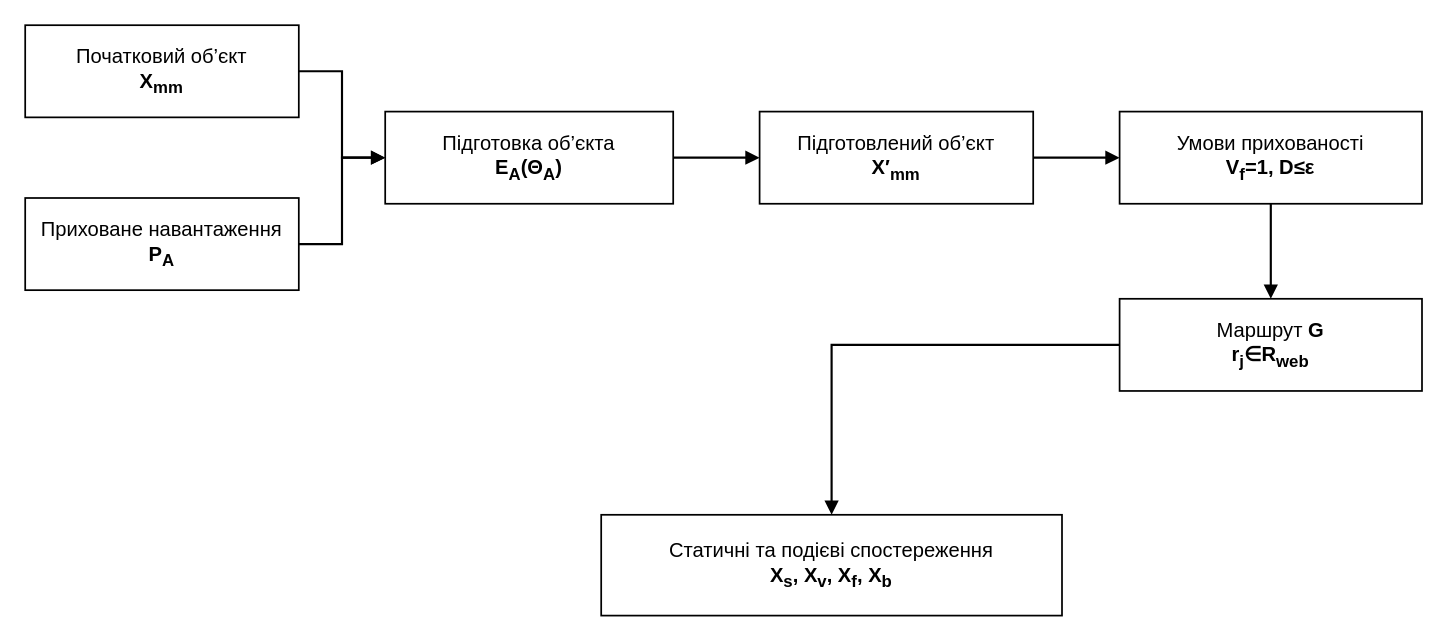
Before: title/figures_drawio/fig_2_1_attack_model.drawio in oleksandrmelnychenko/dima-phd, a draw.io diagram. Source tidied: cells renumbered, new cells numbered last; positions are measured from the earlier drawing's top-left corner, leaving out a move shared by most shapes. Both pictures are drawn from the tidied source at 144%, with x=0, y=0 at pixel (24, 24).
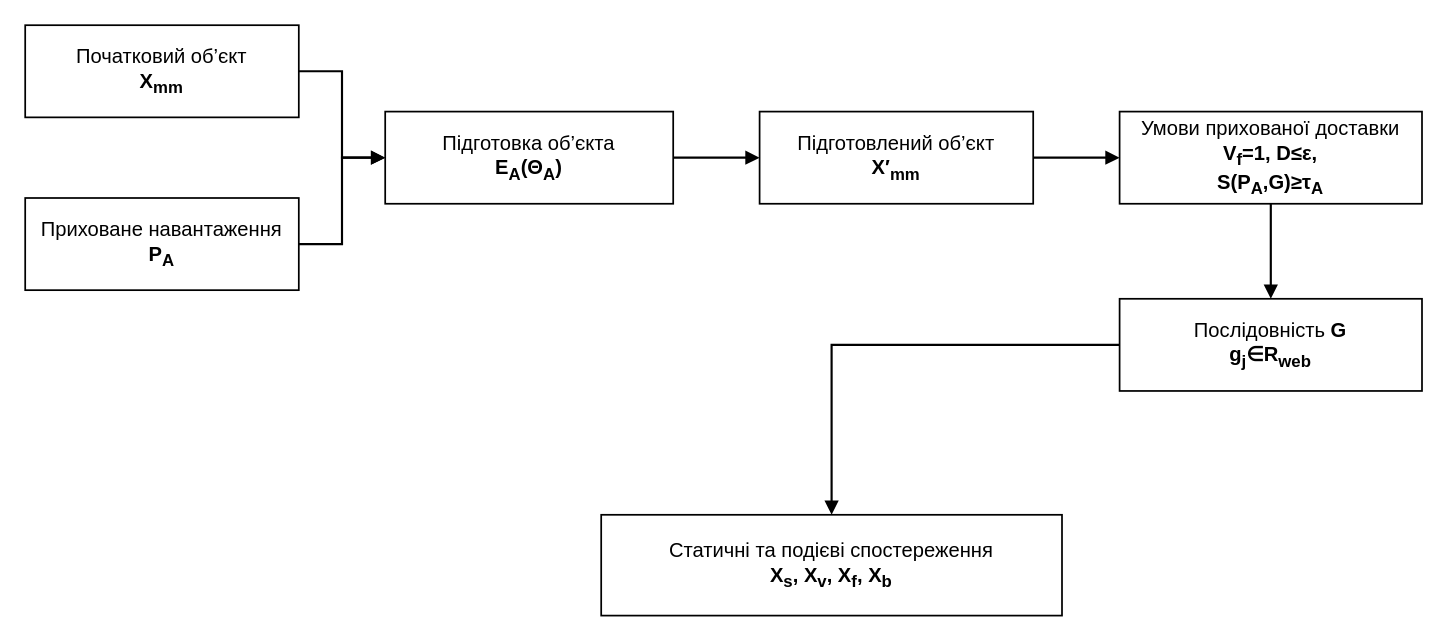
The same diagram, later.

Diff of the diagram source:
```diff
@@
 <mxGraphModel>
   <root>
     <mxCell id="0" />
     <mxCell id="1" parent="0" />
     <mxCell id="2" value="Початковий об’єкт&lt;br&gt;&lt;b&gt;X&lt;sub&gt;mm&lt;/sub&gt;&lt;/b&gt;" style="rounded=0;whiteSpace=wrap;html=1;fillColor=#ffffff;strokeColor=#000000;strokeWidth=1.2;fontColor=#000000;fontSize=14;align=center;verticalAlign=middle;spacing=8;" parent="1" vertex="1">
       <mxGeometry width="190" height="64" as="geometry" />
     </mxCell>
     <mxCell id="3" value="Приховане навантаження&lt;br&gt;&lt;b&gt;P&lt;sub&gt;A&lt;/sub&gt;&lt;/b&gt;" style="rounded=0;whiteSpace=wrap;html=1;fillColor=#ffffff;strokeColor=#000000;strokeWidth=1.2;fontColor=#000000;fontSize=14;align=center;verticalAlign=middle;spacing=8;" parent="1" vertex="1">
       <mxGeometry y="120" width="190" height="64" as="geometry" />
     </mxCell>
     <mxCell id="4" value="Підготовка об’єкта&lt;br&gt;&lt;b&gt;E&lt;sub&gt;A&lt;/sub&gt;(Θ&lt;sub&gt;A&lt;/sub&gt;)&lt;/b&gt;" style="rounded=0;whiteSpace=wrap;html=1;fillColor=#ffffff;strokeColor=#000000;strokeWidth=1.2;fontColor=#000000;fontSize=14;align=center;verticalAlign=middle;spacing=8;" parent="1" vertex="1">
       <mxGeometry x="250" y="60" width="200" height="64" as="geometry" />
     </mxCell>
     <mxCell id="5" value="Підготовлений об’єкт&lt;br&gt;&lt;b&gt;X′&lt;sub&gt;mm&lt;/sub&gt;&lt;/b&gt;" style="rounded=0;whiteSpace=wrap;html=1;fillColor=#ffffff;strokeColor=#000000;strokeWidth=1.2;fontColor=#000000;fontSize=14;align=center;verticalAlign=middle;spacing=8;" parent="1" vertex="1">
       <mxGeometry x="510" y="60" width="190" height="64" as="geometry" />
     </mxCell>
-    <mxCell id="6" value="Умови прихованості&lt;br&gt;&lt;b&gt;V&lt;sub&gt;f&lt;/sub&gt;=1, D≤ε&lt;/b&gt;" style="rounded=0;whiteSpace=wrap;html=1;fillColor=#ffffff;strokeColor=#000000;strokeWidth=1.2;fontColor=#000000;fontSize=14;align=center;verticalAlign=middle;spacing=8;" parent="1" vertex="1">
+    <mxCell id="6" value="Умови прихованої доставки&lt;br&gt;&lt;b&gt;V&lt;sub&gt;f&lt;/sub&gt;=1, D≤ε,&lt;br&gt;S(P&lt;sub&gt;A&lt;/sub&gt;,G)≥τ&lt;sub&gt;A&lt;/sub&gt;&lt;/b&gt;" style="rounded=0;whiteSpace=wrap;html=1;fillColor=#ffffff;strokeColor=#000000;strokeWidth=1.2;fontColor=#000000;fontSize=14;align=center;verticalAlign=middle;spacing=8;" parent="1" vertex="1">
       <mxGeometry x="760" y="60" width="210" height="64" as="geometry" />
     </mxCell>
-    <mxCell id="7" value="Маршрут &lt;b&gt;G&lt;/b&gt;&lt;br&gt;&lt;b&gt;r&lt;sub&gt;j&lt;/sub&gt;∈R&lt;sub&gt;web&lt;/sub&gt;&lt;/b&gt;" style="rounded=0;whiteSpace=wrap;html=1;fillColor=#ffffff;strokeColor=#000000;strokeWidth=1.2;fontColor=#000000;fontSize=14;align=center;verticalAlign=middle;spacing=8;" parent="1" vertex="1">
+    <mxCell id="7" value="Послідовність &lt;b&gt;G&lt;/b&gt;&lt;br&gt;&lt;b&gt;g&lt;sub&gt;j&lt;/sub&gt;∈R&lt;sub&gt;web&lt;/sub&gt;&lt;/b&gt;" style="rounded=0;whiteSpace=wrap;html=1;fillColor=#ffffff;strokeColor=#000000;strokeWidth=1.2;fontColor=#000000;fontSize=14;align=center;verticalAlign=middle;spacing=8;" parent="1" vertex="1">
       <mxGeometry x="760" y="190" width="210" height="64" as="geometry" />
     </mxCell>
     <mxCell id="8" value="Статичні та подієві спостереження&lt;br&gt;&lt;b&gt;X&lt;sub&gt;s&lt;/sub&gt;, X&lt;sub&gt;v&lt;/sub&gt;, X&lt;sub&gt;f&lt;/sub&gt;, X&lt;sub&gt;b&lt;/sub&gt;&lt;/b&gt;" style="rounded=0;whiteSpace=wrap;html=1;fillColor=#ffffff;strokeColor=#000000;strokeWidth=1.2;fontColor=#000000;fontSize=14;align=center;verticalAlign=middle;spacing=8;" parent="1" vertex="1">
       <mxGeometry x="400" y="340" width="320" height="70" as="geometry" />
     </mxCell>
     <mxCell id="9" style="edgeStyle=orthogonalEdgeStyle;rounded=0;jettySize=auto;html=1;endArrow=block;endFill=1;strokeColor=#000000;strokeWidth=1.5;" parent="1" edge="1" source="2" target="4">
       <mxGeometry relative="1" as="geometry" />
     </mxCell>
     <mxCell id="10" style="edgeStyle=orthogonalEdgeStyle;rounded=0;jettySize=auto;html=1;endArrow=block;endFill=1;strokeColor=#000000;strokeWidth=1.5;" parent="1" edge="1" source="3" target="4">
       <mxGeometry relative="1" as="geometry" />
     </mxCell>
     <mxCell id="11" style="edgeStyle=orthogonalEdgeStyle;rounded=0;jettySize=auto;html=1;endArrow=block;endFill=1;strokeColor=#000000;strokeWidth=1.5;" parent="1" edge="1" source="4" target="5">
       <mxGeometry relative="1" as="geometry" />
     </mxCell>
     <mxCell id="12" style="edgeStyle=orthogonalEdgeStyle;rounded=0;jettySize=auto;html=1;endArrow=block;endFill=1;strokeColor=#000000;strokeWidth=1.5;" parent="1" edge="1" source="5" target="6">
       <mxGeometry relative="1" as="geometry" />
     </mxCell>
     <mxCell id="13" style="edgeStyle=orthogonalEdgeStyle;rounded=0;jettySize=auto;html=1;endArrow=block;endFill=1;strokeColor=#000000;strokeWidth=1.5;" parent="1" edge="1" source="6" target="7">
       <mxGeometry relative="1" as="geometry" />
     </mxCell>
     <mxCell id="14" style="edgeStyle=orthogonalEdgeStyle;rounded=0;jettySize=auto;html=1;endArrow=block;endFill=1;strokeColor=#000000;strokeWidth=1.5;" parent="1" edge="1" source="7" target="8">
       <mxGeometry relative="1" as="geometry" />
     </mxCell>
   </root>
 </mxGraphModel>
```
